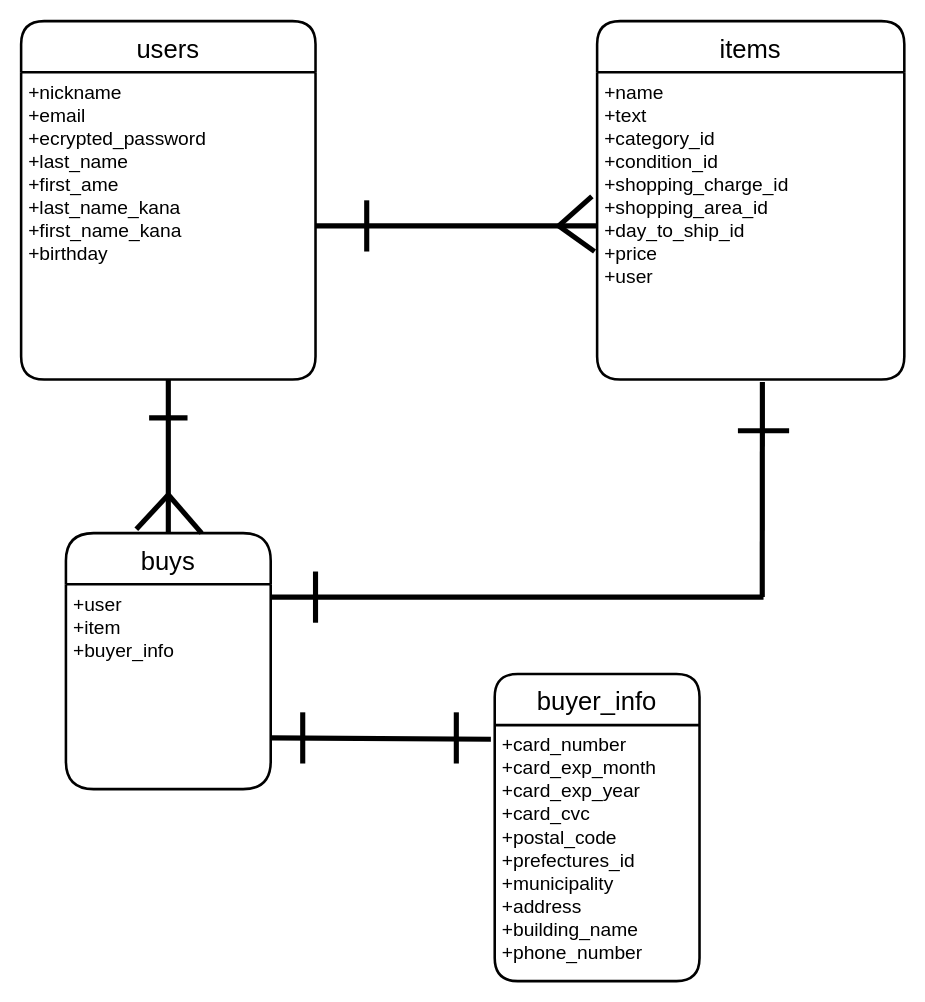
Above: furima.dio in tnakamura0314/furima-34460 (draw.io), before the change. Source tidied: cells renumbered, new cells numbered last; positions are measured from the earlier drawing's top-left corner, leaving out a move shared by most shapes. Both pictures are drawn from the tidied source at 128%, with x=0, y=0 at pixel (20, 20).
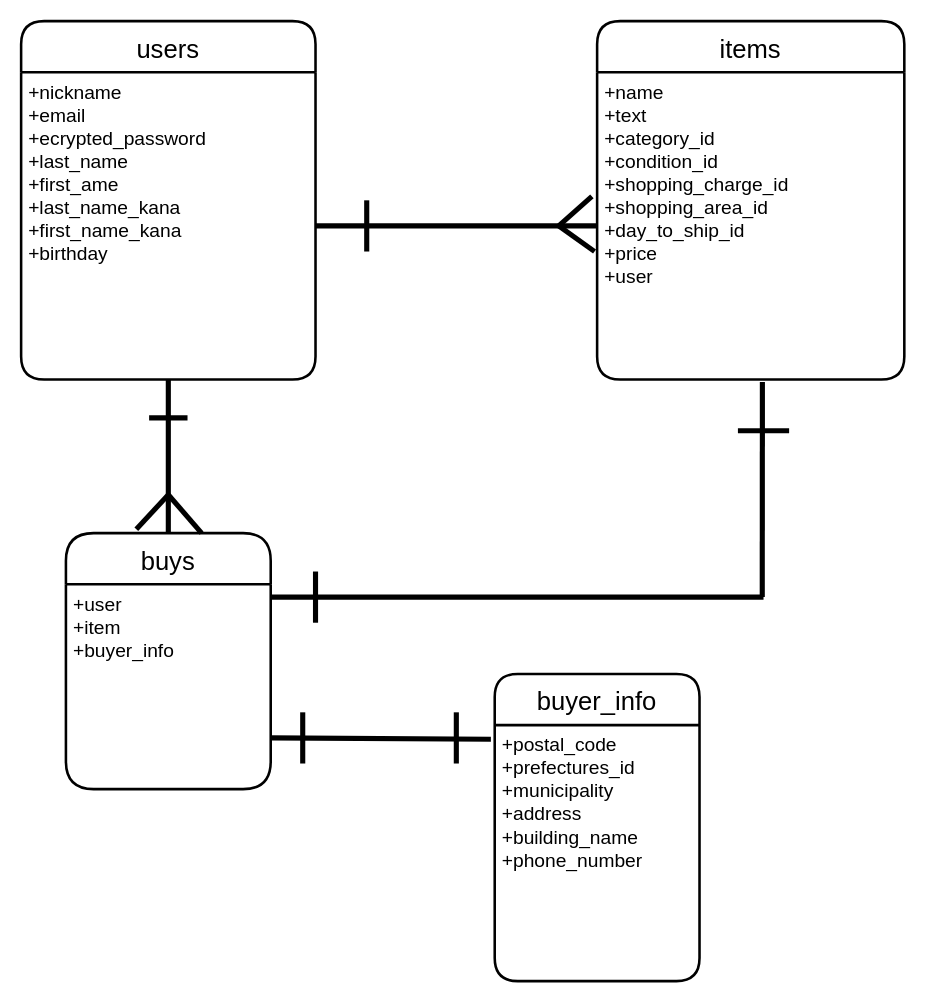
Above is the later version.

Commit message (it also covers changes not shown here):
ER図/READMEの修正2

The change refers to these unchanged cells:
```xml
<mxCell id="8" value="buyer_info" style="swimlane;horizontal=1;startSize=40;rounded=1;fontSize=20;fontStyle=0;strokeWidth=2;shadow=0;dashed=0;align=center;" parent="1" vertex="1">
  <mxGeometry x="370" y="510" width="160" height="240" as="geometry" />
</mxCell>
```

What changed in the source:
```diff
@@
-    <mxCell id="9" value="+card_number&#10;+card_exp_month&#10;+card_exp_year&#10;+card_cvc&#10;+postal_code&#10;+prefectures_id&#10;+municipality &#10;+address&#10;+building_name&#10;+phone_number" style="align=left;strokeColor=none;fillColor=none;spacingLeft=4;fontSize=15;verticalAlign=top;" parent="8" vertex="1">
+    <mxCell id="9" value="+postal_code&#10;+prefectures_id&#10;+municipality &#10;+address&#10;+building_name&#10;+phone_number" style="align=left;strokeColor=none;fillColor=none;spacingLeft=4;fontSize=15;verticalAlign=top;" parent="8" vertex="1">
       <mxGeometry y="40" width="160" height="200" as="geometry" />
     </mxCell>
```
